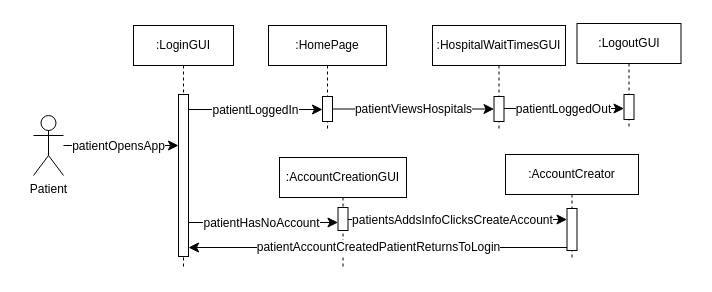
The draw.io diagram AmirWork/M2/P1_SequenceDiagram.drawio in SENG-350-2024-fall/Team9, before the edit. Source tidied: cells renumbered, new cells numbered last; positions are measured from the earlier drawing's top-left corner, leaving out a move shared by most shapes. Both pictures are drawn from the tidied source at 100%, with x=0, y=0 at pixel (17, 17).
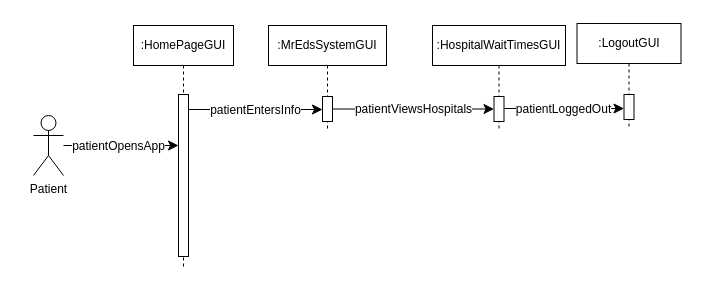
Above is the later version.

Unchanged cells that the change refers to:
```xml
<mxCell id="5" style="html=1;points=[];perimeter=orthogonalPerimeter;outlineConnect=0;targetShapes=umlLifeline;portConstraint=eastwest;newEdgeStyle={&quot;edgeStyle&quot;:&quot;elbowEdgeStyle&quot;,&quot;elbow&quot;:&quot;vertical&quot;,&quot;curved&quot;:0,&quot;rounded&quot;:0};" parent="4" vertex="1">
  <mxGeometry x="45" y="69" width="10" height="162" as="geometry" />
</mxCell>
<mxCell id="20" style="edgeStyle=elbowEdgeStyle;curved=0;rounded=0;jettySize=auto;html=1;elbow=vertical;fontSize=12;startSize=8;endSize=8;" parent="1" edge="1" source="5" target="19">
  <mxGeometry relative="1" as="geometry" />
</mxCell>
```

Diff of the diagram source:
```diff
@@
-    <mxCell id="4" value=":LoginGUI" style="shape=umlLifeline;perimeter=lifelinePerimeter;whiteSpace=wrap;html=1;newEdgeStyle={&quot;edgeStyle&quot;:&quot;elbowEdgeStyle&quot;,&quot;elbow&quot;:&quot;vertical&quot;,&quot;curved&quot;:0,&quot;rounded&quot;:0};" parent="1" vertex="1">
+    <mxCell id="4" value=":HomePageGUI" style="shape=umlLifeline;perimeter=lifelinePerimeter;whiteSpace=wrap;html=1;newEdgeStyle={&quot;edgeStyle&quot;:&quot;elbowEdgeStyle&quot;,&quot;elbow&quot;:&quot;vertical&quot;,&quot;curved&quot;:0,&quot;rounded&quot;:0};" parent="1" vertex="1">
       <mxGeometry x="116" y="8" width="100" height="243" as="geometry" />
     </mxCell>
@@
-    <mxCell id="6" value=":AccountCreationGUI" style="shape=umlLifeline;perimeter=lifelinePerimeter;whiteSpace=wrap;html=1;newEdgeStyle={&quot;edgeStyle&quot;:&quot;elbowEdgeStyle&quot;,&quot;elbow&quot;:&quot;vertical&quot;,&quot;curved&quot;:0,&quot;rounded&quot;:0};" parent="1" vertex="1">
-      <mxGeometry x="262" y="140" width="127" height="111" as="geometry" />
-    </mxCell>
-    <mxCell id="7" style="html=1;points=[];perimeter=orthogonalPerimeter;outlineConnect=0;targetShapes=umlLifeline;portConstraint=eastwest;newEdgeStyle={&quot;edgeStyle&quot;:&quot;elbowEdgeStyle&quot;,&quot;elbow&quot;:&quot;vertical&quot;,&quot;curved&quot;:0,&quot;rounded&quot;:0};" parent="6" vertex="1">
-      <mxGeometry x="58.5" y="50" width="10" height="23" as="geometry" />
-    </mxCell>
@@
-    <mxCell id="11" style="edgeStyle=elbowEdgeStyle;curved=0;rounded=0;jettySize=auto;html=1;elbow=vertical;fontSize=12;startSize=8;endSize=8;" parent="1" edge="1" source="5" target="7">
-      <mxGeometry relative="1" as="geometry">
-        <Array as="points">
-          <mxPoint x="246" y="205" />
-        </Array>
-      </mxGeometry>
-    </mxCell>
-    <mxCell id="12" value="patientHasNoAccount" style="edgeLabel;html=1;align=center;verticalAlign=middle;fontSize=12;" parent="11" vertex="1">
-      <mxGeometry x="0.12" y="1" relative="1" as="geometry">
-        <mxPoint x="-12" y="1" as="offset" />
-      </mxGeometry>
-    </mxCell>
-    <mxCell id="13" value=":AccountCreator" style="shape=umlLifeline;perimeter=lifelinePerimeter;whiteSpace=wrap;html=1;newEdgeStyle={&quot;edgeStyle&quot;:&quot;elbowEdgeStyle&quot;,&quot;elbow&quot;:&quot;vertical&quot;,&quot;curved&quot;:0,&quot;rounded&quot;:0};" parent="1" vertex="1">
-      <mxGeometry x="488" y="137" width="133" height="106" as="geometry" />
-    </mxCell>
-    <mxCell id="14" style="html=1;points=[];perimeter=orthogonalPerimeter;outlineConnect=0;targetShapes=umlLifeline;portConstraint=eastwest;newEdgeStyle={&quot;edgeStyle&quot;:&quot;elbowEdgeStyle&quot;,&quot;elbow&quot;:&quot;vertical&quot;,&quot;curved&quot;:0,&quot;rounded&quot;:0};" parent="13" vertex="1">
-      <mxGeometry x="61.5" y="54" width="10" height="42" as="geometry" />
-    </mxCell>
-    <mxCell id="15" style="edgeStyle=elbowEdgeStyle;curved=0;rounded=0;jettySize=auto;html=1;elbow=vertical;fontSize=12;startSize=8;endSize=8;" parent="1" edge="1" source="7" target="14">
-      <mxGeometry relative="1" as="geometry" />
-    </mxCell>
-    <mxCell id="16" value="patientsAddsInfoClicksCreateAccount" style="edgeLabel;html=1;align=center;verticalAlign=middle;fontSize=12;" parent="15" vertex="1">
-      <mxGeometry x="0.2" relative="1" as="geometry">
-        <mxPoint x="-27" as="offset" />
-      </mxGeometry>
-    </mxCell>
-    <mxCell id="17" value="patientAccountCreatedPatientReturnsToLogin" style="edgeStyle=elbowEdgeStyle;curved=0;rounded=0;jettySize=auto;html=1;elbow=vertical;fontSize=12;startSize=8;endSize=8;" parent="1" edge="1" source="14" target="5">
-      <mxGeometry relative="1" as="geometry">
-        <Array as="points">
-          <mxPoint x="320" y="230" />
-        </Array>
-      </mxGeometry>
-    </mxCell>
-    <mxCell id="18" value=":HomePage" style="shape=umlLifeline;perimeter=lifelinePerimeter;whiteSpace=wrap;html=1;newEdgeStyle={&quot;edgeStyle&quot;:&quot;elbowEdgeStyle&quot;,&quot;elbow&quot;:&quot;vertical&quot;,&quot;curved&quot;:0,&quot;rounded&quot;:0};" parent="1" vertex="1">
+    <mxCell id="18" value=":MrEdsSystemGUI" style="shape=umlLifeline;perimeter=lifelinePerimeter;whiteSpace=wrap;html=1;newEdgeStyle={&quot;edgeStyle&quot;:&quot;elbowEdgeStyle&quot;,&quot;elbow&quot;:&quot;vertical&quot;,&quot;curved&quot;:0,&quot;rounded&quot;:0};" parent="1" vertex="1">
       <mxGeometry x="251" y="8" width="118" height="106" as="geometry" />
     </mxCell>
@@
-    <mxCell id="21" value="patientLoggedIn" style="edgeLabel;html=1;align=center;verticalAlign=middle;fontSize=12;" parent="20" vertex="1">
+    <mxCell id="21" value="patientEntersInfo" style="edgeLabel;html=1;align=center;verticalAlign=middle;fontSize=12;" parent="20" vertex="1">
       <mxGeometry x="-0.2" relative="1" as="geometry">
         <mxPoint x="12" as="offset" />
       </mxGeometry>
     </mxCell>
```
